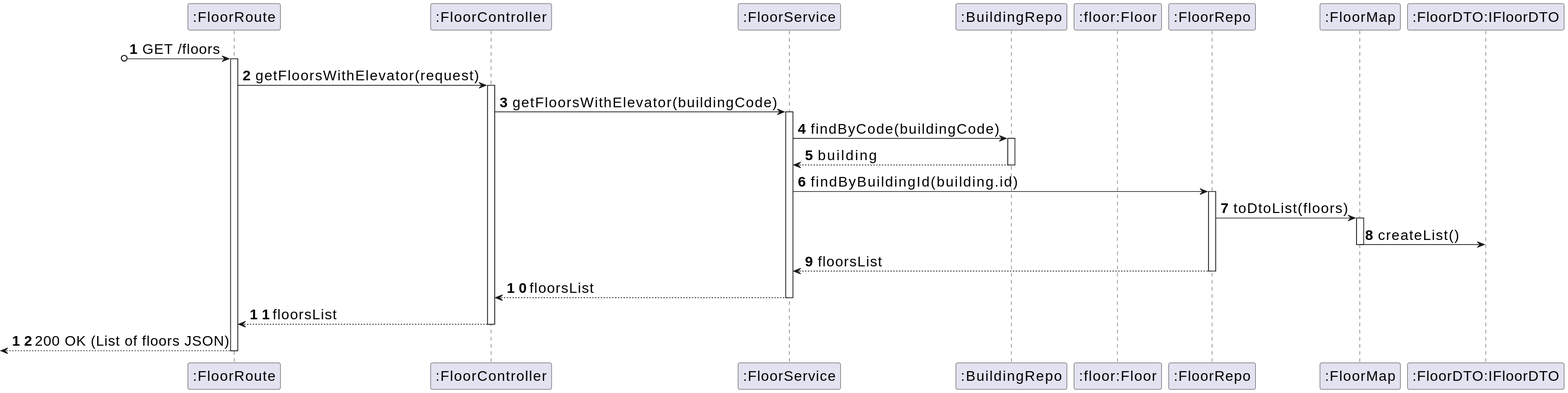
miseEnPlace-dev/lapr5 keeps this PlantUML diagram as _wiki/sprint-a/us16-300/views/level-3/assets/process-view.svg. Above is the earlier version.
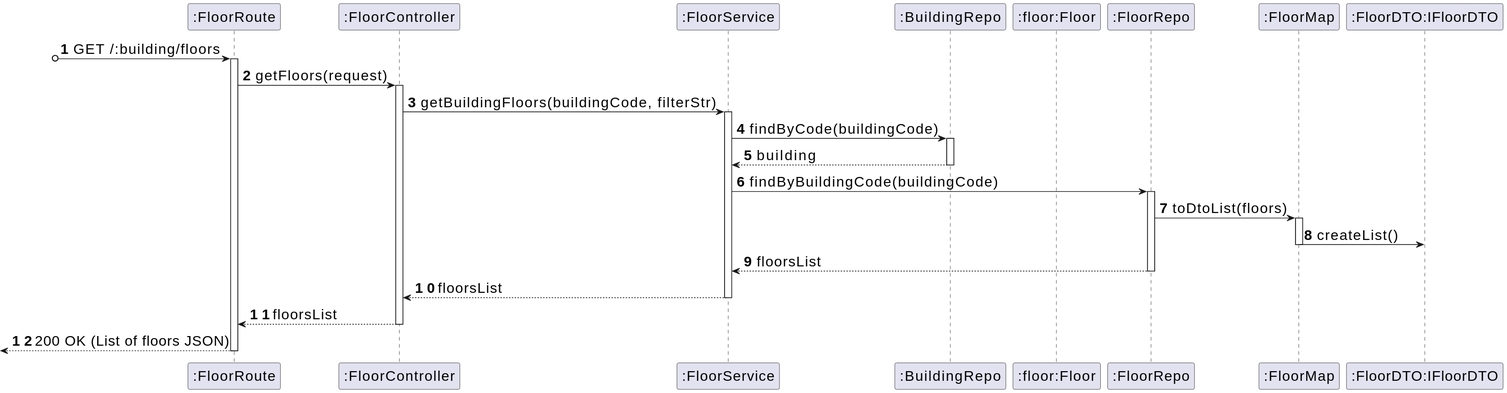
After the change.

Diff of the diagram source:
```diff
@@ -10,18 +10,18 @@
 participant MAP as ":FloorMap"
 participant DTO as ":FloorDTO:IFloorDTO"
 
-?o-> ROUTE : GET /floors
+?o-> ROUTE : GET /:building/floors
 activate ROUTE
 
-ROUTE -> CTRL : getFloorsWithElevator(request)
+ROUTE -> CTRL : getFloors(request)
 activate CTRL
-CTRL -> SRV : getFloorsWithElevator(buildingCode)
+CTRL -> SRV : getBuildingFloors(buildingCode, filterStr)
 activate SRV
 SRV -> REPOBUILDING : findByCode(buildingCode)
 activate REPOBUILDING
 REPOBUILDING --> SRV : building
 deactivate REPOBUILDING
-SRV -> REPO : findByBuildingId(building.id)
+SRV -> REPO : findByBuildingCode(buildingCode)
 activate REPO
 REPO -> MAP : toDtoList(floors)
 activate MAP
```
